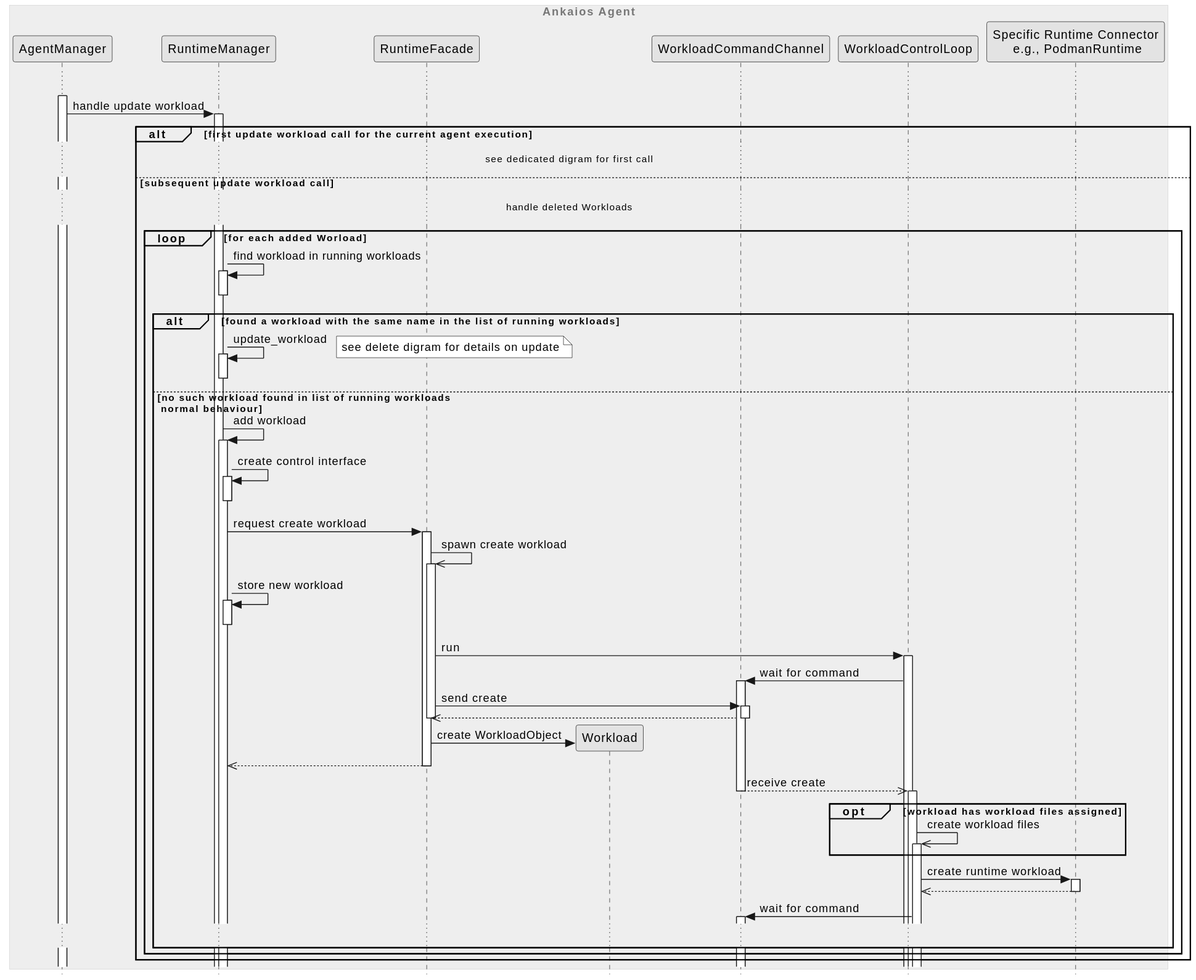
eclipse-ankaios/ankaios keeps this PlantUML diagram as agent/doc/swdesign/plantuml/seq_update_workload_subsequent_added.svg. Above is the earlier version.
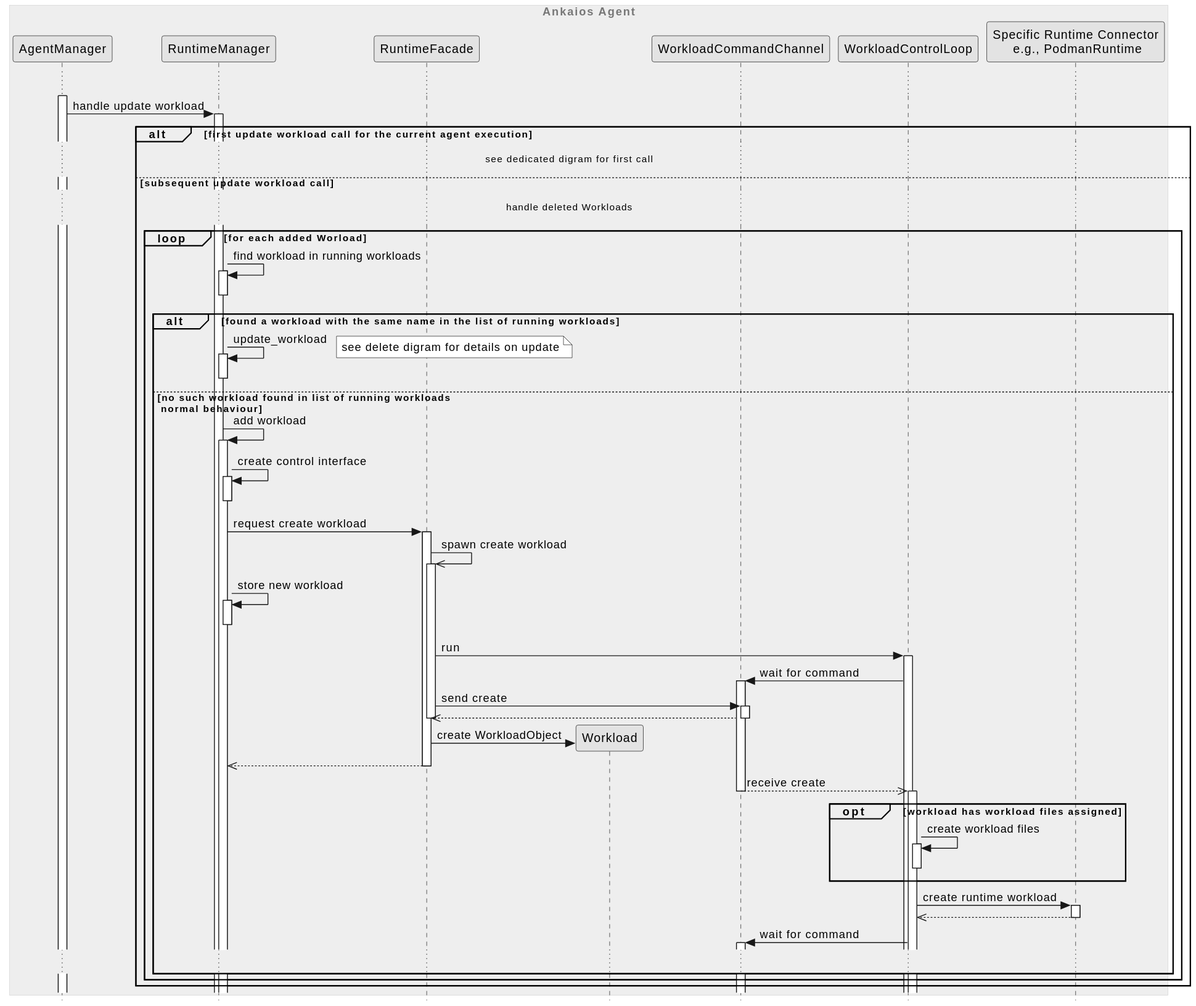
Above is the later version.

Change to the diagram source:
```diff
@@ -51,7 +51,7 @@
 
             workload_command -->> workload_control_loop --++: receive create
             opt workload has workload files assigned
-                workload_control_loop ->> workload_control_loop++: create workload files
+                workload_control_loop -> workload_control_loop++--: create workload files
             end
 
             workload_control_loop -> runtime++: create runtime workload
```
